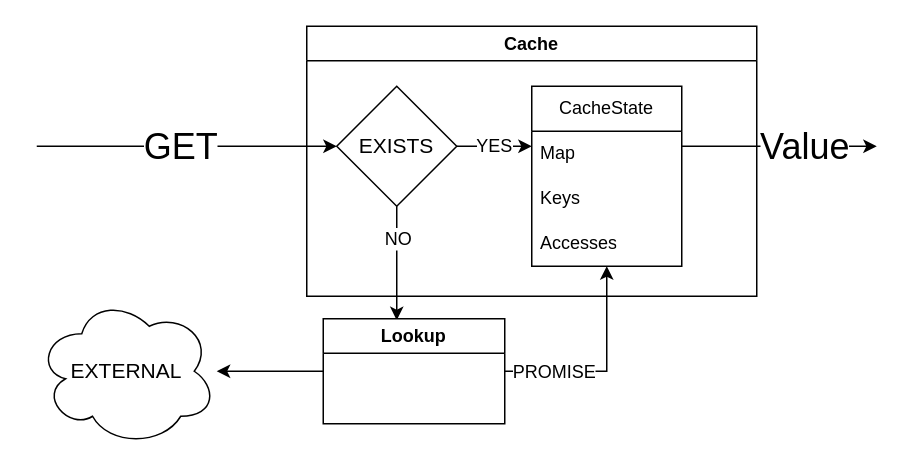
This is assets/images/2023/12/ziocache.drawio from stevenrskelton/stevenrskelton.github.io, a draw.io file, before an edit. Source tidied: cells renumbered, new cells numbered last; positions are measured from the earlier drawing's top-left corner, leaving out a move shared by most shapes. Both pictures are drawn from the tidied source at 150%, with x=0, y=0 at pixel (36, 26).
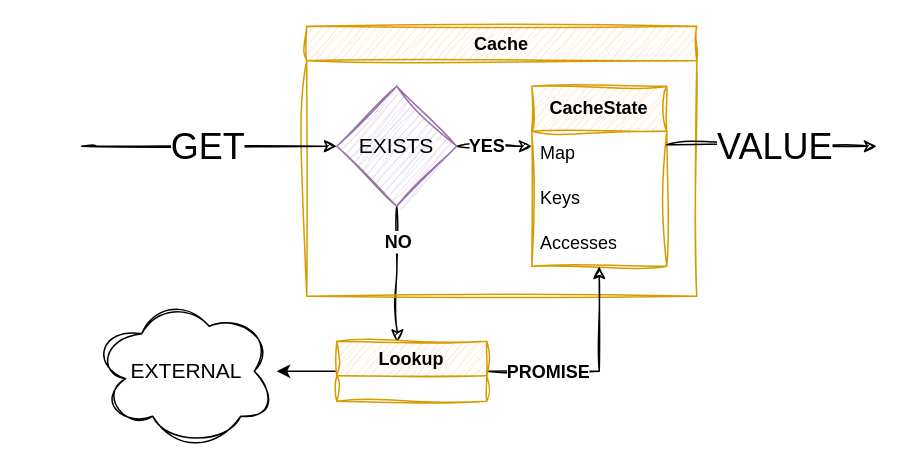
Above is the later version.

Change to the diagram source:
```diff
@@
-    <mxCell id="2" value="EXTERNAL" style="ellipse;shape=cloud;whiteSpace=wrap;html=1;fontSize=14;" parent="1" vertex="1">
-      <mxGeometry y="180" width="120" height="100" as="geometry" />
+    <mxCell id="2" value="EXTERNAL" style="ellipse;shape=cloud;whiteSpace=wrap;html=1;fontSize=14;shadow=0;sketch=1;curveFitting=1;jiggle=2;" parent="1" vertex="1">
+      <mxGeometry x="40" y="180" width="120" height="100" as="geometry" />
     </mxCell>
-    <mxCell id="3" style="edgeStyle=orthogonalEdgeStyle;rounded=0;jettySize=auto;html=1;exitX=0.5;exitY=1;exitDx=0;exitDy=0;entryX=0.405;entryY=0.014;entryDx=0;entryDy=0;entryPerimeter=0;" parent="1" edge="1" source="11" target="17">
+    <mxCell id="3" style="edgeStyle=orthogonalEdgeStyle;rounded=0;jettySize=auto;html=1;exitX=0.5;exitY=1;exitDx=0;exitDy=0;entryX=0.405;entryY=0.014;entryDx=0;entryDy=0;entryPerimeter=0;sketch=1;curveFitting=1;jiggle=2;" parent="1" edge="1" source="11" target="17">
       <mxGeometry relative="1" as="geometry" />
     </mxCell>
-    <mxCell id="4" value="NO" style="edgeLabel;html=1;align=center;verticalAlign=middle;fontSize=12;" parent="3" vertex="1">
+    <mxCell id="4" value="NO" style="edgeLabel;html=1;align=center;verticalAlign=middle;fontSize=12;fontStyle=1;" parent="3" vertex="1">
       <mxGeometry x="-0.72" y="-2" relative="1" as="geometry">
         <mxPoint x="2" y="10" as="offset" />
       </mxGeometry>
     </mxCell>
-    <mxCell id="5" value="Cache" style="swimlane;whiteSpace=wrap;html=1;" parent="1" vertex="1">
-      <mxGeometry x="180" width="300" height="180" as="geometry" />
+    <mxCell id="5" value="Cache" style="swimlane;whiteSpace=wrap;html=1;fillColor=#ffe6cc;strokeColor=#d79b00;rounded=0;sketch=1;curveFitting=1;jiggle=2;" parent="1" vertex="1">
+      <mxGeometry x="180" width="260" height="180" as="geometry" />
     </mxCell>
-    <mxCell id="6" value="CacheState" style="swimlane;fontStyle=0;horizontal=1;startSize=30;whiteSpace=wrap;html=1;" parent="5" vertex="1">
-      <mxGeometry x="150" y="40" width="100" height="120" as="geometry" />
+    <mxCell id="6" value="CacheState" style="swimlane;fontStyle=1;horizontal=1;startSize=30;whiteSpace=wrap;html=1;fillColor=#ffe6cc;strokeColor=#d79b00;rounded=0;swimlaneLine=1;glass=0;shadow=0;sketch=1;curveFitting=1;jiggle=2;" parent="5" vertex="1">
+      <mxGeometry x="150" y="40" width="90" height="120" as="geometry" />
     </mxCell>
     <mxCell id="7" value="Map" style="text;strokeColor=none;fillColor=none;align=left;verticalAlign=middle;spacingLeft=4;spacingRight=4;overflow=hidden;whiteSpace=wrap;html=1;" parent="6" vertex="1">
-      <mxGeometry y="30" width="100" height="30" as="geometry" />
+      <mxGeometry y="30" width="90" height="30" as="geometry" />
     </mxCell>
     <mxCell id="8" value="Keys" style="text;strokeColor=none;fillColor=none;align=left;verticalAlign=middle;spacingLeft=4;spacingRight=4;overflow=hidden;whiteSpace=wrap;html=1;" parent="6" vertex="1">
-      <mxGeometry y="60" width="100" height="30" as="geometry" />
+      <mxGeometry y="60" width="90" height="30" as="geometry" />
     </mxCell>
     <mxCell id="9" value="Accesses" style="text;strokeColor=none;fillColor=none;align=left;verticalAlign=middle;spacingLeft=4;spacingRight=4;overflow=hidden;whiteSpace=wrap;html=1;" parent="6" vertex="1">
-      <mxGeometry y="90" width="100" height="30" as="geometry" />
+      <mxGeometry y="90" width="90" height="30" as="geometry" />
     </mxCell>
-    <mxCell id="10" value="YES" style="edgeStyle=orthogonalEdgeStyle;rounded=0;jettySize=auto;html=1;fontSize=12;" parent="5" edge="1" source="11">
-      <mxGeometry relative="1" as="geometry">
+    <mxCell id="10" value="YES" style="edgeStyle=orthogonalEdgeStyle;rounded=0;jettySize=auto;html=1;fontSize=12;fontStyle=1;sketch=1;curveFitting=1;jiggle=2;" parent="5" edge="1" source="11">
+      <mxGeometry x="-0.21" relative="1" as="geometry">
         <mxPoint x="150" y="80" as="targetPoint" />
       </mxGeometry>
     </mxCell>
-    <mxCell id="11" value="EXISTS" style="rhombus;whiteSpace=wrap;html=1;fontSize=14;" parent="5" vertex="1">
+    <mxCell id="11" value="EXISTS" style="rhombus;whiteSpace=wrap;html=1;fontSize=14;fillColor=#e1d5e7;strokeColor=#9673a6;sketch=1;curveFitting=1;jiggle=2;" parent="5" vertex="1">
       <mxGeometry x="20" y="40" width="80" height="80" as="geometry" />
     </mxCell>
-    <mxCell id="12" style="edgeStyle=orthogonalEdgeStyle;rounded=0;jettySize=auto;html=1;entryX=0.5;entryY=1;entryDx=0;entryDy=0;exitX=1;exitY=0.5;exitDx=0;exitDy=0;" parent="1" edge="1" source="17" target="6">
+    <mxCell id="12" style="edgeStyle=orthogonalEdgeStyle;rounded=0;jettySize=auto;html=1;entryX=0.5;entryY=1;entryDx=0;entryDy=0;exitX=1;exitY=0.5;exitDx=0;exitDy=0;sketch=1;curveFitting=1;jiggle=2;" parent="1" edge="1" source="17" target="6">
       <mxGeometry relative="1" as="geometry">
         <Array as="points">
-          <mxPoint x="380" y="230" />
+          <mxPoint x="375" y="230" />
         </Array>
       </mxGeometry>
     </mxCell>
-    <mxCell id="13" value="PROMISE" style="edgeLabel;html=1;align=center;verticalAlign=middle;fontSize=12;" parent="12" vertex="1">
+    <mxCell id="13" value="PROMISE" style="edgeLabel;html=1;align=center;verticalAlign=middle;fontSize=12;fontStyle=1;" parent="12" vertex="1">
       <mxGeometry x="-0.29" relative="1" as="geometry">
-        <mxPoint x="-17" as="offset" />
+        <mxPoint x="-11" as="offset" />
       </mxGeometry>
     </mxCell>
-    <mxCell id="14" style="edgeStyle=orthogonalEdgeStyle;rounded=0;jettySize=auto;html=1;entryX=0;entryY=0.5;entryDx=0;entryDy=0;" parent="1" edge="1" target="11">
+    <mxCell id="14" style="edgeStyle=orthogonalEdgeStyle;rounded=0;jettySize=auto;html=1;entryX=0;entryY=0.5;entryDx=0;entryDy=0;sketch=1;curveFitting=1;jiggle=2;" parent="1" edge="1" target="11">
       <mxGeometry relative="1" as="geometry">
-        <mxPoint y="80" as="sourcePoint" />
+        <mxPoint x="40" y="80" as="sourcePoint" />
         <Array as="points">
-          <mxPoint x="30" y="80" />
           <mxPoint x="30" y="80" />
         </Array>
       </mxGeometry>
     </mxCell>
-    <mxCell id="15" value="GET" style="edgeLabel;html=1;align=center;verticalAlign=middle;fontSize=24;" parent="14" vertex="1">
+    <mxCell id="15" value="GET" style="edgeLabel;html=1;align=center;verticalAlign=middle;fontSize=24;fontStyle=0;fontFamily=Helvetica;" parent="14" vertex="1">
       <mxGeometry x="0.47" relative="1" as="geometry">
-        <mxPoint x="-52" as="offset" />
+        <mxPoint x="-39" as="offset" />
       </mxGeometry>
     </mxCell>
@@
-    <mxCell id="17" value="Lookup" style="swimlane;whiteSpace=wrap;html=1;" parent="1" vertex="1">
-      <mxGeometry x="191" y="195" width="121" height="70" as="geometry" />
+    <mxCell id="17" value="Lookup" style="swimlane;whiteSpace=wrap;html=1;fillColor=#ffe6cc;strokeColor=#d79b00;rounded=0;sketch=1;curveFitting=1;jiggle=2;" parent="1" vertex="1">
+      <mxGeometry x="200" y="210" width="100" height="40" as="geometry" />
     </mxCell>
-    <mxCell id="18" style="edgeStyle=orthogonalEdgeStyle;rounded=0;orthogonalLoop=1;jettySize=auto;html=1;" parent="1" edge="1">
+    <mxCell id="18" style="edgeStyle=orthogonalEdgeStyle;rounded=0;orthogonalLoop=1;jettySize=auto;html=1;sketch=1;curveFitting=1;jiggle=2;" parent="1" edge="1">
       <mxGeometry relative="1" as="geometry">
-        <mxPoint x="430" y="80" as="sourcePoint" />
+        <mxPoint x="420" y="79" as="sourcePoint" />
         <mxPoint x="560" y="80" as="targetPoint" />
         <Array as="points">
-          <mxPoint x="490" y="80" />
+          <mxPoint x="486" y="79" />
+          <mxPoint x="486" y="80" />
         </Array>
       </mxGeometry>
     </mxCell>
-    <mxCell id="19" value="Value" style="edgeLabel;html=1;align=center;verticalAlign=middle;fontSize=24;" parent="18" vertex="1">
+    <mxCell id="19" value="VALUE" style="edgeLabel;html=1;align=center;verticalAlign=middle;fontSize=24;fontStyle=0;" parent="18" vertex="1">
       <mxGeometry x="0.47" relative="1" as="geometry">
-        <mxPoint x="-15" as="offset" />
+        <mxPoint x="-32" as="offset" />
       </mxGeometry>
     </mxCell>
```
